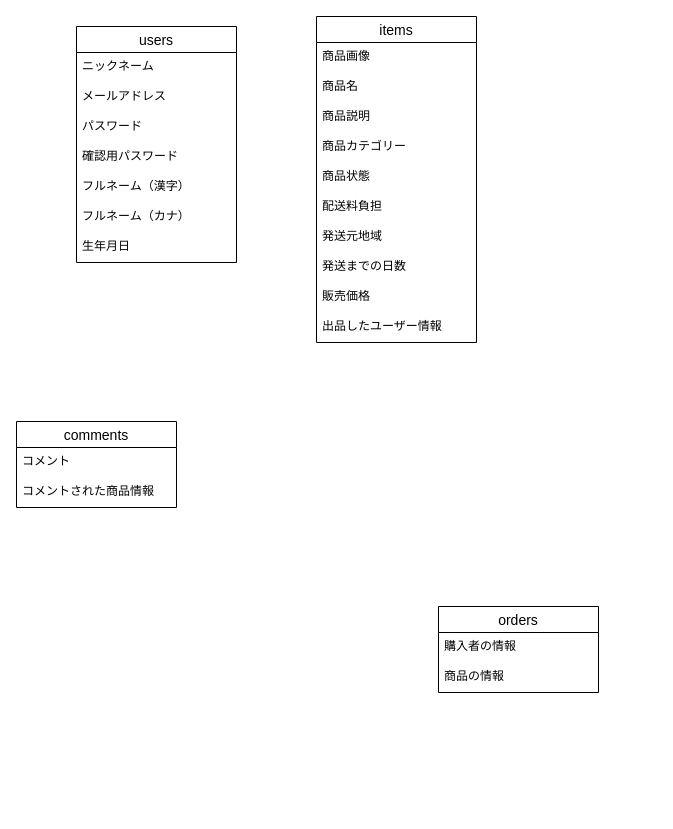
This is test.dio from sukekosu/furima-39323, a draw.io file, before an edit. Source tidied: cells renumbered, new cells numbered last; positions are measured from the earlier drawing's top-left corner, leaving out a move shared by most shapes. Both pictures are drawn from the tidied source at 100%, with x=0, y=0 at pixel (16, 16).
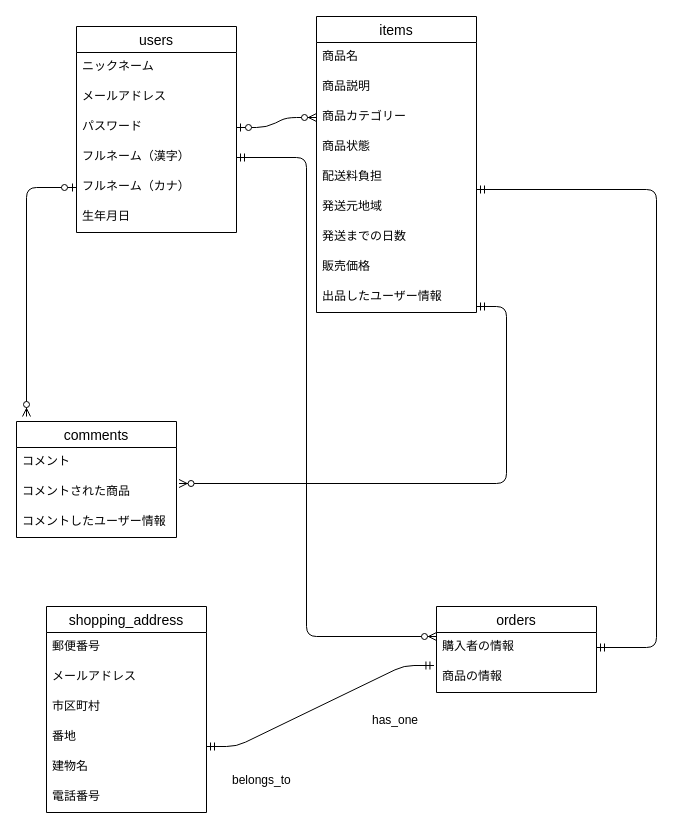
After the change.

Commit message (it also covers changes not shown here):
データベース設計修正②

Unchanged cells that the change refers to:
```xml
<mxCell id="3" value="購入者の情報" style="text;strokeColor=none;fillColor=none;spacingLeft=4;spacingRight=4;overflow=hidden;points=[[0,0.5],[1,0.5]];portConstraint=eastwest;fontSize=12;" parent="2" vertex="1">
  <mxGeometry y="26" width="160" height="30" as="geometry" />
</mxCell>
<mxCell id="4" value="商品の情報" style="text;strokeColor=none;fillColor=none;spacingLeft=4;spacingRight=4;overflow=hidden;points=[[0,0.5],[1,0.5]];portConstraint=eastwest;fontSize=12;" parent="2" vertex="1">
  <mxGeometry y="56" width="160" height="30" as="geometry" />
</mxCell>
<mxCell id="19" value="パスワード" style="text;strokeColor=none;fillColor=none;spacingLeft=4;spacingRight=4;overflow=hidden;points=[[0,0.5],[1,0.5]];portConstraint=eastwest;fontSize=12;" parent="16" vertex="1">
  <mxGeometry y="86" width="160" height="30" as="geometry" />
</mxCell>
```

The edit, as a diff of the source:
```diff
@@
     <mxCell id="2" value="orders" style="swimlane;fontStyle=0;horizontal=1;startSize=26;align=center;fontSize=14;" parent="1" vertex="1">
-      <mxGeometry x="422" y="590" width="160" height="86" as="geometry" />
+      <mxGeometry x="420" y="590" width="160" height="86" as="geometry" />
     </mxCell>
@@
     <mxCell id="5" value="items" style="swimlane;fontStyle=0;horizontal=1;startSize=26;align=center;fontSize=14;" parent="1" vertex="1">
-      <mxGeometry x="300" width="160" height="326" as="geometry" />
+      <mxGeometry x="300" width="160" height="296" as="geometry" />
     </mxCell>
-    <mxCell id="6" value="商品画像" style="text;strokeColor=none;fillColor=none;spacingLeft=4;spacingRight=4;overflow=hidden;fontSize=12;" parent="5" vertex="1">
-      <mxGeometry y="26" width="160" height="30" as="geometry" />
-    </mxCell>
     <mxCell id="7" value="商品名" style="text;strokeColor=none;fillColor=none;spacingLeft=4;spacingRight=4;overflow=hidden;fontSize=12;" parent="5" vertex="1">
-      <mxGeometry y="56" width="160" height="30" as="geometry" />
+      <mxGeometry y="26" width="160" height="30" as="geometry" />
     </mxCell>
     <mxCell id="8" value="商品説明" style="text;strokeColor=none;fillColor=none;spacingLeft=4;spacingRight=4;overflow=hidden;fontSize=12;" parent="5" vertex="1">
-      <mxGeometry y="86" width="160" height="30" as="geometry" />
+      <mxGeometry y="56" width="160" height="30" as="geometry" />
     </mxCell>
     <mxCell id="9" value="商品カテゴリー" style="text;strokeColor=none;fillColor=none;spacingLeft=4;spacingRight=4;overflow=hidden;points=[[0,0.5],[1,0.5]];portConstraint=eastwest;fontSize=12;" parent="5" vertex="1">
-      <mxGeometry y="116" width="160" height="30" as="geometry" />
+      <mxGeometry y="86" width="160" height="30" as="geometry" />
     </mxCell>
     <mxCell id="10" value="商品状態" style="text;strokeColor=none;fillColor=none;spacingLeft=4;spacingRight=4;overflow=hidden;fontSize=12;" parent="5" vertex="1">
-      <mxGeometry y="146" width="160" height="30" as="geometry" />
+      <mxGeometry y="116" width="160" height="30" as="geometry" />
     </mxCell>
     <mxCell id="11" value="配送料負担" style="text;strokeColor=none;fillColor=none;spacingLeft=4;spacingRight=4;overflow=hidden;fontSize=12;" parent="5" vertex="1">
-      <mxGeometry y="176" width="160" height="30" as="geometry" />
+      <mxGeometry y="146" width="160" height="30" as="geometry" />
     </mxCell>
     <mxCell id="12" value="発送元地域" style="text;strokeColor=none;fillColor=none;spacingLeft=4;spacingRight=4;overflow=hidden;fontSize=12;" parent="5" vertex="1">
-      <mxGeometry y="206" width="160" height="30" as="geometry" />
+      <mxGeometry y="176" width="160" height="30" as="geometry" />
     </mxCell>
     <mxCell id="13" value="発送までの日数" style="text;strokeColor=none;fillColor=none;spacingLeft=4;spacingRight=4;overflow=hidden;fontSize=12;" parent="5" vertex="1">
-      <mxGeometry y="236" width="160" height="30" as="geometry" />
+      <mxGeometry y="206" width="160" height="30" as="geometry" />
     </mxCell>
     <mxCell id="14" value="販売価格" style="text;strokeColor=none;fillColor=none;spacingLeft=4;spacingRight=4;overflow=hidden;fontSize=12;" parent="5" vertex="1">
-      <mxGeometry y="266" width="160" height="30" as="geometry" />
+      <mxGeometry y="236" width="160" height="30" as="geometry" />
     </mxCell>
     <mxCell id="15" value="出品したユーザー情報" style="text;strokeColor=none;fillColor=none;spacingLeft=4;spacingRight=4;overflow=hidden;fontSize=12;" parent="5" vertex="1">
-      <mxGeometry y="296" width="160" height="30" as="geometry" />
+      <mxGeometry y="266" width="160" height="30" as="geometry" />
     </mxCell>
     <mxCell id="16" value="users" style="swimlane;fontStyle=0;horizontal=1;startSize=26;align=center;fontSize=14;" parent="1" vertex="1">
-      <mxGeometry x="60" y="10" width="160" height="236" as="geometry" />
+      <mxGeometry x="60" y="10" width="160" height="206" as="geometry" />
     </mxCell>
@@
-    <mxCell id="18" value="メールアドレス" style="text;strokeColor=none;fillColor=none;spacingLeft=4;spacingRight=4;overflow=hidden;fontSize=12;" parent="16" vertex="1">
-      <mxGeometry y="56" width="160" height="30" as="geometry" />
-    </mxCell>
+    <mxCell id="27" value="メールアドレス" style="text;strokeColor=none;fillColor=none;spacingLeft=4;spacingRight=4;overflow=hidden;fontSize=12;" parent="16" vertex="1">
+      <mxGeometry y="56" width="160" height="30" as="geometry" />
+    </mxCell>
@@
-    <mxCell id="20" value="確認用パスワード" style="text;strokeColor=none;fillColor=none;spacingLeft=4;spacingRight=4;overflow=hidden;fontSize=12;" parent="16" vertex="1">
-      <mxGeometry y="116" width="160" height="30" as="geometry" />
-    </mxCell>
     <mxCell id="21" value="フルネーム（漢字）" style="text;strokeColor=none;fillColor=none;spacingLeft=4;spacingRight=4;overflow=hidden;points=[[0,0.5],[1,0.5]];portConstraint=eastwest;fontSize=12;" parent="16" vertex="1">
-      <mxGeometry y="146" width="160" height="30" as="geometry" />
+      <mxGeometry y="116" width="160" height="30" as="geometry" />
     </mxCell>
     <mxCell id="22" value="フルネーム（カナ）" style="text;strokeColor=none;fillColor=none;spacingLeft=4;spacingRight=4;overflow=hidden;points=[[0,0.5],[1,0.5]];portConstraint=eastwest;fontSize=12;" parent="16" vertex="1">
-      <mxGeometry y="176" width="160" height="30" as="geometry" />
+      <mxGeometry y="146" width="160" height="30" as="geometry" />
     </mxCell>
     <mxCell id="23" value="生年月日" style="text;strokeColor=none;fillColor=none;spacingLeft=4;spacingRight=4;overflow=hidden;fontSize=12;" parent="16" vertex="1">
-      <mxGeometry y="206" width="160" height="30" as="geometry" />
+      <mxGeometry y="176" width="160" height="30" as="geometry" />
     </mxCell>
     <mxCell id="24" value="comments" style="swimlane;fontStyle=0;horizontal=1;startSize=26;align=center;fontSize=14;" parent="1" vertex="1">
-      <mxGeometry y="405" width="160" height="86" as="geometry" />
+      <mxGeometry y="405" width="160" height="116" as="geometry" />
     </mxCell>
@@
-    <mxCell id="26" value="コメントされた商品情報&#10;" style="text;strokeColor=none;fillColor=none;spacingLeft=4;spacingRight=4;overflow=hidden;fontSize=12;" parent="24" vertex="1">
-      <mxGeometry y="56" width="160" height="30" as="geometry" />
-    </mxCell>
+    <mxCell id="28" value="コメントされた商品" style="text;strokeColor=none;fillColor=none;spacingLeft=4;spacingRight=4;overflow=hidden;points=[[0,0.5],[1,0.5]];portConstraint=eastwest;fontSize=12;" parent="24" vertex="1">
+      <mxGeometry y="56" width="160" height="30" as="geometry" />
+    </mxCell>
+    <mxCell id="29" value="コメントしたユーザー情報" style="text;strokeColor=none;fillColor=none;spacingLeft=4;spacingRight=4;overflow=hidden;fontSize=12;" parent="24" vertex="1">
+      <mxGeometry y="86" width="160" height="30" as="geometry" />
+    </mxCell>
+    <mxCell id="30" style="edgeStyle=entityRelationEdgeStyle;fontSize=12;html=1;endArrow=ERzeroToMany;startArrow=ERzeroToOne;entryX=0;entryY=0.5;entryDx=0;entryDy=0;exitX=1;exitY=0.5;exitDx=0;exitDy=0;" parent="1" edge="1" source="19" target="9">
+      <mxGeometry relative="1" as="geometry" />
+    </mxCell>
+    <mxCell id="31" style="fontSize=12;html=1;endArrow=ERzeroToMany;startArrow=ERzeroToOne;exitX=0;exitY=0.5;exitDx=0;exitDy=0;" parent="1" edge="1" source="22">
+      <mxGeometry relative="1" as="geometry">
+        <mxPoint x="10" y="400" as="targetPoint" />
+        <Array as="points">
+          <mxPoint x="10" y="171" />
+        </Array>
+      </mxGeometry>
+    </mxCell>
+    <mxCell id="32" value="shopping_address" style="swimlane;fontStyle=0;horizontal=1;startSize=26;align=center;fontSize=14;" parent="1" vertex="1">
+      <mxGeometry x="30" y="590" width="160" height="206" as="geometry" />
+    </mxCell>
+    <mxCell id="33" value="郵便番号" style="text;strokeColor=none;fillColor=none;spacingLeft=4;spacingRight=4;overflow=hidden;fontSize=12;" parent="32" vertex="1">
+      <mxGeometry y="26" width="160" height="30" as="geometry" />
+    </mxCell>
+    <mxCell id="34" value="メールアドレス" style="text;strokeColor=none;fillColor=none;spacingLeft=4;spacingRight=4;overflow=hidden;fontSize=12;" parent="32" vertex="1">
+      <mxGeometry y="56" width="160" height="30" as="geometry" />
+    </mxCell>
+    <mxCell id="35" value="市区町村" style="text;strokeColor=none;fillColor=none;spacingLeft=4;spacingRight=4;overflow=hidden;fontSize=12;" parent="32" vertex="1">
+      <mxGeometry y="86" width="160" height="30" as="geometry" />
+    </mxCell>
+    <mxCell id="36" value="番地" style="text;strokeColor=none;fillColor=none;spacingLeft=4;spacingRight=4;overflow=hidden;fontSize=12;" parent="32" vertex="1">
+      <mxGeometry y="116" width="160" height="30" as="geometry" />
+    </mxCell>
+    <mxCell id="37" value="建物名" style="text;strokeColor=none;fillColor=none;spacingLeft=4;spacingRight=4;overflow=hidden;fontSize=12;" parent="32" vertex="1">
+      <mxGeometry y="146" width="160" height="30" as="geometry" />
+    </mxCell>
+    <mxCell id="38" value="電話番号" style="text;strokeColor=none;fillColor=none;spacingLeft=4;spacingRight=4;overflow=hidden;fontSize=12;" parent="32" vertex="1">
+      <mxGeometry y="176" width="160" height="30" as="geometry" />
+    </mxCell>
+    <mxCell id="39" style="edgeStyle=entityRelationEdgeStyle;fontSize=12;html=1;endArrow=ERzeroToMany;startArrow=ERmandOne;elbow=vertical;entryX=1.016;entryY=0.2;entryDx=0;entryDy=0;entryPerimeter=0;" parent="1" edge="1" target="28">
+      <mxGeometry relative="1" as="geometry">
+        <mxPoint x="460" y="290" as="sourcePoint" />
+      </mxGeometry>
+    </mxCell>
+    <mxCell id="40" style="edgeStyle=elbowEdgeStyle;fontSize=12;html=1;endArrow=ERzeroToMany;startArrow=ERmandOne;" parent="1" edge="1" source="21">
+      <mxGeometry relative="1" as="geometry">
+        <mxPoint x="420" y="620" as="targetPoint" />
+        <Array as="points">
+          <mxPoint x="290" y="400" />
+        </Array>
+      </mxGeometry>
+    </mxCell>
+    <mxCell id="41" style="edgeStyle=entityRelationEdgeStyle;fontSize=12;html=1;endArrow=ERmandOne;startArrow=ERmandOne;entryX=-0.016;entryY=0.1;entryDx=0;entryDy=0;entryPerimeter=0;" parent="1" edge="1" target="4">
+      <mxGeometry relative="1" as="geometry">
+        <mxPoint x="190" y="730" as="sourcePoint" />
+      </mxGeometry>
+    </mxCell>
+    <mxCell id="42" value="has_one" style="text;strokeColor=none;fillColor=none;spacingLeft=4;spacingRight=4;overflow=hidden;fontSize=12;" parent="1" vertex="1">
+      <mxGeometry x="350" y="690" width="70" height="30" as="geometry" />
+    </mxCell>
+    <mxCell id="43" value="belongs_to" style="text;strokeColor=none;fillColor=none;spacingLeft=4;spacingRight=4;overflow=hidden;fontSize=12;" parent="1" vertex="1">
+      <mxGeometry x="210" y="750" width="110" height="30" as="geometry" />
+    </mxCell>
+    <mxCell id="44" style="edgeStyle=elbowEdgeStyle;fontSize=12;html=1;endArrow=ERmandOne;startArrow=ERmandOne;entryX=1;entryY=0.5;entryDx=0;entryDy=0;" parent="1" edge="1" target="3">
+      <mxGeometry relative="1" as="geometry">
+        <mxPoint x="460" y="173" as="sourcePoint" />
+        <Array as="points">
+          <mxPoint x="640" y="403" />
+        </Array>
+      </mxGeometry>
+    </mxCell>
```
